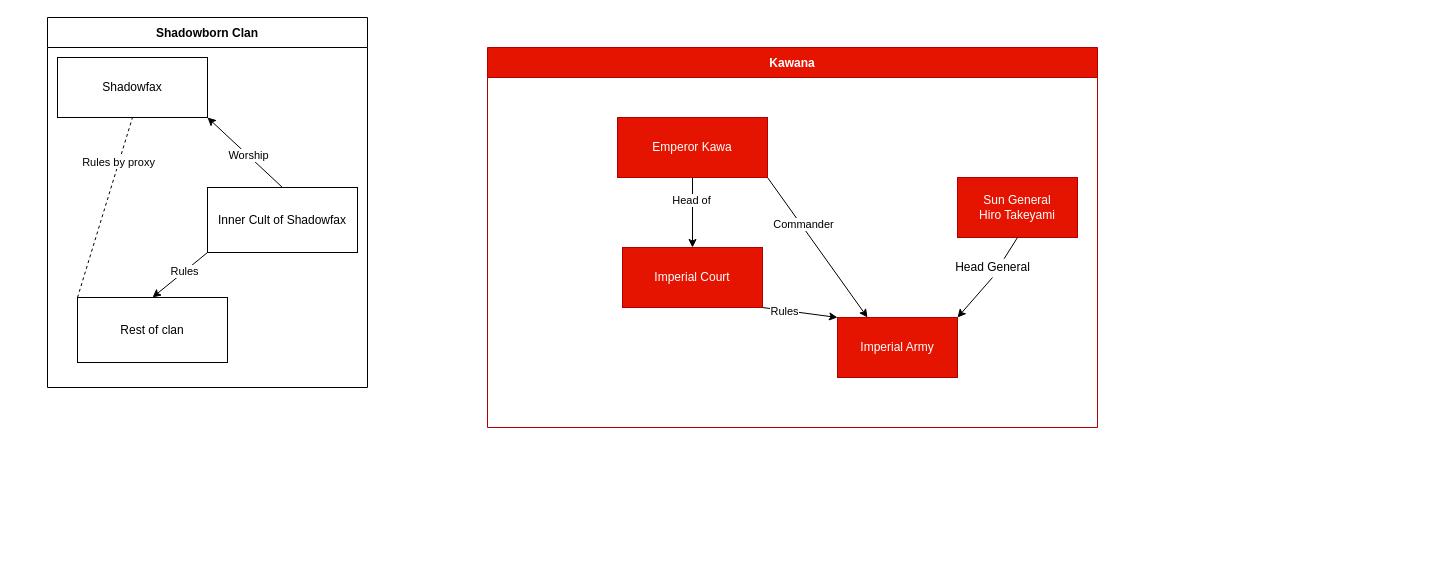
LiamFallon213/charts-diagrams.net- keeps this draw.io diagram as FactionMap.drawio. Above is the earlier version. Source tidied: cells renumbered, new cells numbered last; positions are measured from the earlier drawing's top-left corner, leaving out a move shared by most shapes. Both pictures are drawn from the tidied source at 100%, with x=0, y=0 at pixel (47, 17).
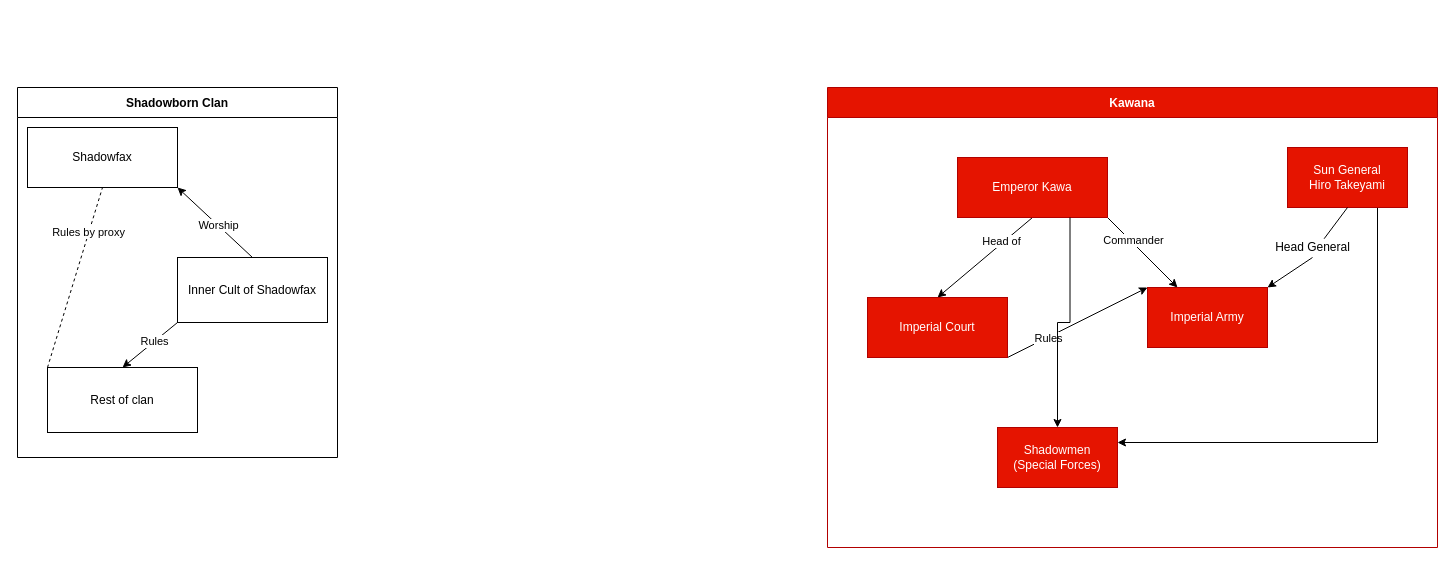
Above is the later version.

The change refers to these unchanged cells:
```xml
<mxCell id="17" value="Emperor Kawa" style="rounded=0;whiteSpace=wrap;html=1;fillColor=#e51400;strokeColor=#B20000;fontColor=#ffffff;" parent="12" vertex="1">
  <mxGeometry x="130" y="70" width="150" height="60" as="geometry" />
</mxCell>
```

Diff of the diagram source:
```diff
@@
     <mxCell id="2" value="Shadowborn Clan" style="swimlane;startSize=30;" parent="1" vertex="1">
-      <mxGeometry width="320" height="370" as="geometry" />
+      <mxGeometry x="-30" y="70" width="320" height="370" as="geometry" />
     </mxCell>
@@
     <mxCell id="12" value="Kawana" style="swimlane;fillColor=#e51400;strokeColor=#B20000;fontColor=#ffffff;startSize=30;" parent="1" vertex="1">
-      <mxGeometry x="440" y="30" width="610" height="380" as="geometry" />
+      <mxGeometry x="780" y="70" width="610" height="460" as="geometry" />
     </mxCell>
@@
     <mxCell id="20" value="Imperial Court" style="rounded=0;whiteSpace=wrap;html=1;fillColor=#e51400;strokeColor=#B20000;fontColor=#ffffff;" parent="12" vertex="1">
-      <mxGeometry x="135" y="200" width="140" height="60" as="geometry" />
+      <mxGeometry x="40" y="210" width="140" height="60" as="geometry" />
     </mxCell>
     <mxCell id="21" value="Imperial Army" style="rounded=0;whiteSpace=wrap;html=1;fillColor=#e51400;strokeColor=#B20000;fontColor=#ffffff;" parent="12" vertex="1">
-      <mxGeometry x="350" y="270" width="120" height="60" as="geometry" />
+      <mxGeometry x="320" y="200" width="120" height="60" as="geometry" />
     </mxCell>
@@
+    <mxCell id="26" style="edgeStyle=orthogonalEdgeStyle;rounded=0;jettySize=auto;html=1;exitX=0.75;exitY=1;exitDx=0;exitDy=0;entryX=1;entryY=0.25;entryDx=0;entryDy=0;" parent="12" edge="1" source="23" target="27">
+      <mxGeometry relative="1" as="geometry" />
+    </mxCell>
     <mxCell id="23" value="&lt;div&gt;Sun General &lt;br&gt;&lt;/div&gt;&lt;div&gt;Hiro Takeyami&lt;br&gt;&lt;/div&gt;" style="rounded=0;whiteSpace=wrap;html=1;fillColor=#e51400;strokeColor=#B20000;fontColor=#ffffff;" parent="12" vertex="1">
-      <mxGeometry x="470" y="130" width="120" height="60" as="geometry" />
+      <mxGeometry x="460" y="60" width="120" height="60" as="geometry" />
     </mxCell>
     <mxCell id="24" value="&lt;div&gt;Head General&lt;/div&gt;" style="text;html=1;align=center;verticalAlign=middle;points=[];strokeColor=none;" parent="12" vertex="1">
-      <mxGeometry x="460" y="210" width="90" height="20" as="geometry" />
+      <mxGeometry x="440" y="150" width="90" height="20" as="geometry" />
     </mxCell>
@@
+    <mxCell id="27" value="&lt;div&gt;Shadowmen&lt;/div&gt;&lt;div&gt;(Special Forces)&lt;br&gt;&lt;/div&gt;" style="rounded=0;whiteSpace=wrap;html=1;fillColor=#e51400;strokeColor=#B20000;fontColor=#ffffff;" parent="12" vertex="1">
+      <mxGeometry x="170" y="340" width="120" height="60" as="geometry" />
+    </mxCell>
+    <mxCell id="28" style="edgeStyle=orthogonalEdgeStyle;rounded=0;jettySize=auto;html=1;exitX=0.75;exitY=1;exitDx=0;exitDy=0;entryX=0.5;entryY=0;entryDx=0;entryDy=0;" parent="12" edge="1" source="17" target="27">
+      <mxGeometry relative="1" as="geometry" />
+    </mxCell>
```
